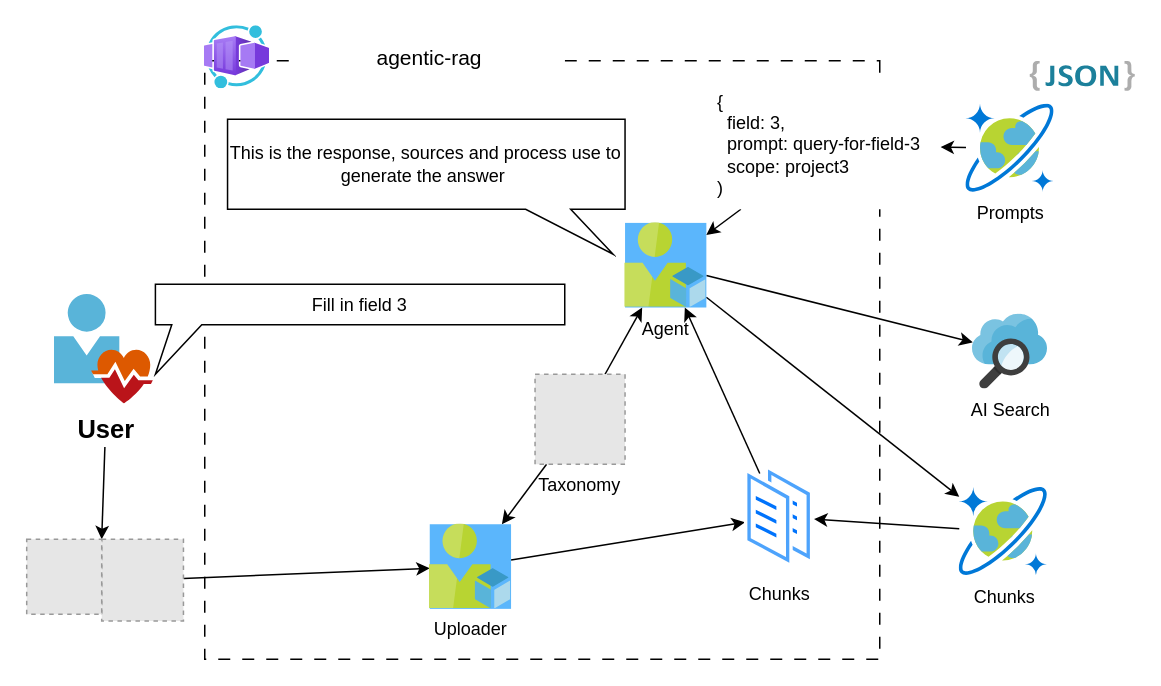
Above: img/architecture.drawio in denniszielke/multi-agent-reasoning-rag (draw.io), before the change. Source tidied: cells renumbered, new cells numbered last; positions are measured from the earlier drawing's top-left corner, leaving out a move shared by most shapes. Both pictures are drawn from the tidied source at 150%, with x=0, y=0 at pixel (26, 26). Pictures stored in the file or linked from it are replaced by grey dashed boxes.
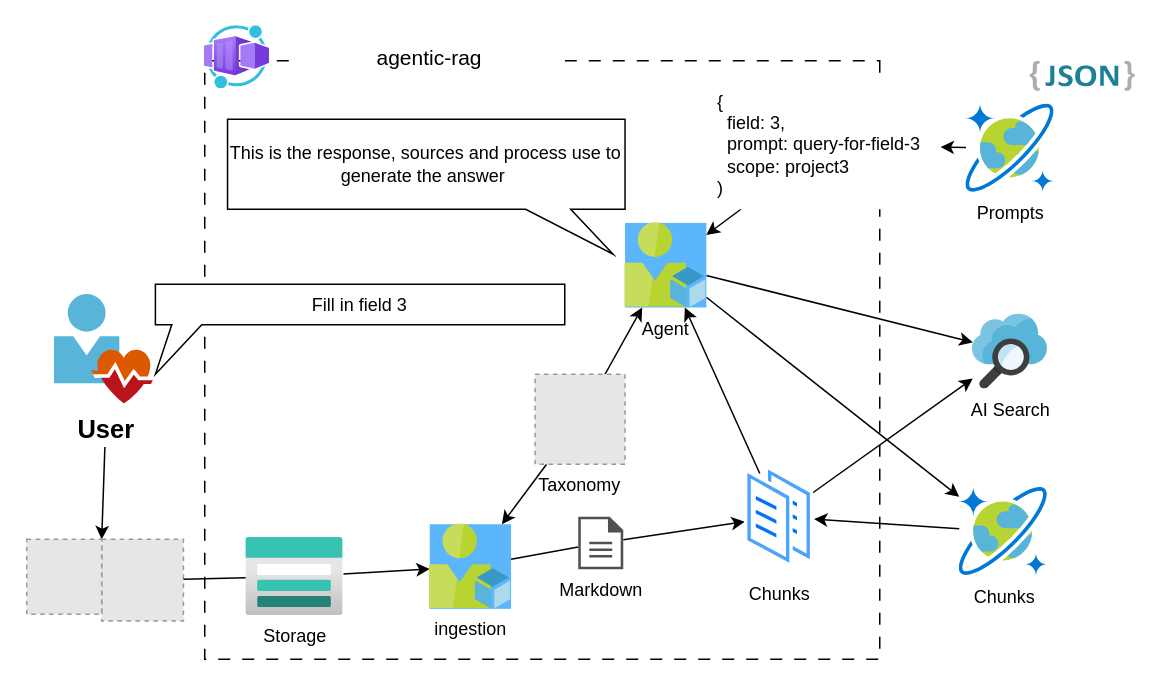
The same page after the edit.

Unchanged cells that the change refers to:
```xml
<mxCell id="15" value="AI Search" style="sketch=0;html=1;points=[];align=center;image;fontSize=12;image=img/lib/mscae/Search.svg;" parent="1" vertex="1">
  <mxGeometry x="631" y="192" width="50" height="50" as="geometry" />
</mxCell>
<mxCell id="17" style="fillColor=#E6E6E6;strokeColor=#999999;dashed=1;verticalLabelPosition=bottom;verticalAlign=top;" parent="1" vertex="1">
  <mxGeometry x="50.3" y="342" width="54.5" height="54.5" as="geometry" />
</mxCell>
<mxCell id="25" value="Chunks" style="perimeter=ellipsePerimeter;html=1;align=center;shadow=0;dashed=0;spacingTop=3;image;image=img/lib/active_directory/documents.svg;" parent="1" vertex="1">
  <mxGeometry x="479" y="292" width="46.2" height="70" as="geometry" />
</mxCell>
```

The edit, as a diff of the source:
```diff
@@
-    <mxCell id="16" style="edgeStyle=none;html=1;" parent="1" edge="1" source="17" target="20">
+    <mxCell id="16" style="edgeStyle=none;html=1;startArrow=none;" parent="1" edge="1" source="32" target="20">
       <mxGeometry relative="1" as="geometry" />
     </mxCell>
@@
-    <mxCell id="19" style="edgeStyle=none;html=1;" parent="1" edge="1" source="20" target="25">
+    <mxCell id="19" style="edgeStyle=none;html=1;startArrow=none;" parent="1" edge="1" source="34" target="25">
       <mxGeometry relative="1" as="geometry" />
     </mxCell>
-    <mxCell id="20" value="Uploader" style="html=1;points=[];align=center;image;fontSize=12;image=img/lib/mscae/User_Resource.svg;imageBackground=#5BB6FC;rounded=0;" parent="1" vertex="1">
+    <mxCell id="20" value="ingestion" style="html=1;points=[];align=center;image;fontSize=12;image=img/lib/mscae/User_Resource.svg;imageBackground=#5BB6FC;rounded=0;" parent="1" vertex="1">
       <mxGeometry x="269" y="332" width="54.2" height="56.4" as="geometry" />
     </mxCell>
@@
+    <mxCell id="30" style="edgeStyle=none;html=1;" parent="1" edge="1" source="25" target="15">
+      <mxGeometry relative="1" as="geometry" />
+    </mxCell>
@@
+    <mxCell id="31" style="edgeStyle=none;html=1;endArrow=none;" parent="1" edge="1" source="17" target="32">
+      <mxGeometry relative="1" as="geometry" />
+    </mxCell>
+    <mxCell id="32" value="Storage" style="html=1;points=[];align=center;image;fontSize=12;image=img/lib/azure2/storage/Storage_Accounts.svg;" parent="1" vertex="1">
+      <mxGeometry x="146.5" y="341" width="65" height="52" as="geometry" />
+    </mxCell>
+    <mxCell id="33" style="edgeStyle=none;html=1;endArrow=none;" parent="1" edge="1" source="20" target="34">
+      <mxGeometry relative="1" as="geometry" />
+    </mxCell>
+    <mxCell id="34" value="Markdown" style="sketch=0;shadow=0;dashed=0;html=1;strokeColor=none;fillColor=#505050;labelPosition=center;verticalLabelPosition=bottom;verticalAlign=top;outlineConnect=0;align=center;shape=mxgraph.office.concepts.document;" parent="1" vertex="1">
+      <mxGeometry x="368" y="327" width="30" height="35" as="geometry" />
+    </mxCell>
```
